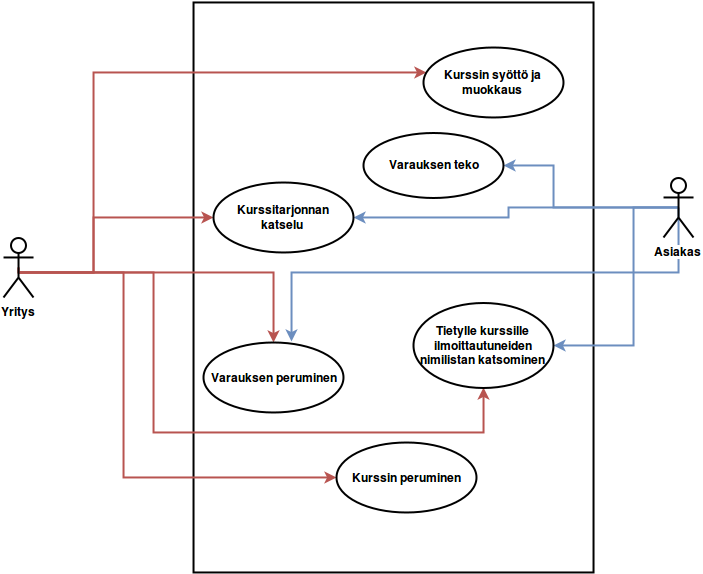
This is doc/Kayttotapauskaavio.png from laukkuryssa/Tsoha-Bootstrap, a draw.io export, as it was before one commit. Source tidied: cells renumbered, new cells last; positions are measured from the earlier drawing's top-left corner, leaving out a move shared by most shapes.
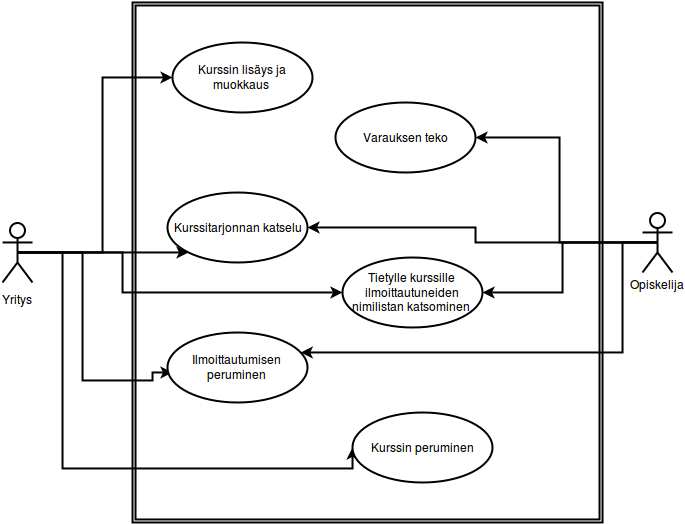
The same file after the commit.

Change to the diagram source:
```diff
@@ -2,100 +2,85 @@
   <root>
     <mxCell id="0" />
     <mxCell id="1" parent="0" />
-    <mxCell id="2" style="whiteSpace=wrap;html=1;strokeWidth=2;" parent="1" vertex="1">
-      <mxGeometry x="190" width="400" height="570" as="geometry" />
-    </mxCell>
-    <mxCell id="3" style="edgeStyle=orthogonalEdgeStyle;rounded=0;html=1;exitX=0.5;exitY=0.5;exitPerimeter=0;entryX=0.629;entryY=-0.014;entryPerimeter=0;jettySize=auto;plain-blue;strokeWidth=2;" parent="1" edge="1" source="7" target="15">
-      <mxGeometry relative="1" as="geometry">
-        <Array as="points">
-          <mxPoint x="675" y="270" />
-          <mxPoint x="288" y="270" />
-        </Array>
-      </mxGeometry>
-    </mxCell>
+    <mxCell id="20" style="shape=ext;double=1;whiteSpace=wrap;html=1;strokeWidth=2;" parent="1" vertex="1">
+      <mxGeometry x="130" y="-30" width="470" height="520" as="geometry" />
+    </mxCell>
-    <mxCell id="4" style="edgeStyle=orthogonalEdgeStyle;rounded=0;html=1;exitX=0.5;exitY=0.5;exitPerimeter=0;entryX=1;entryY=0.5;jettySize=auto;plain-blue;strokeWidth=2;" parent="1" edge="1" source="7" target="14">
-      <mxGeometry relative="1" as="geometry">
-        <Array as="points">
-          <mxPoint x="630" y="205" />
-          <mxPoint x="630" y="343" />
-        </Array>
-      </mxGeometry>
+    <mxCell id="4" style="edgeStyle=orthogonalEdgeStyle;rounded=0;html=1;exitX=0.5;exitY=0.5;exitPerimeter=0;entryX=1;entryY=0.5;jettySize=auto;strokeWidth=2;" parent="1" edge="1" source="21" target="13">
+      <mxGeometry relative="1" as="geometry" />
     </mxCell>
+    <mxCell id="9" style="edgeStyle=orthogonalEdgeStyle;rounded=0;html=1;exitX=0.5;exitY=0.5;exitPerimeter=0;jettySize=auto;strokeWidth=2;" parent="1" edge="1" source="21" target="3">
+      <mxGeometry relative="1" as="geometry" />
+    </mxCell>
+    <mxCell id="11" style="edgeStyle=orthogonalEdgeStyle;rounded=0;html=1;exitX=0.5;exitY=0.5;exitPerimeter=0;jettySize=auto;strokeWidth=2;" parent="1" edge="1" source="21" target="28">
+      <mxGeometry relative="1" as="geometry">
+        <Array as="points">
+          <mxPoint x="620" y="210" />
+          <mxPoint x="620" y="320" />
+        </Array>
+      </mxGeometry>
+    </mxCell>
-    <mxCell id="5" style="edgeStyle=orthogonalEdgeStyle;rounded=0;html=1;exitX=0.5;exitY=0.5;exitPerimeter=0;jettySize=auto;plain-blue;strokeWidth=2;" parent="1" edge="1" source="7" target="13">
-      <mxGeometry relative="1" as="geometry">
-        <Array as="points">
-          <mxPoint x="550" y="205" />
-          <mxPoint x="550" y="163" />
-        </Array>
-      </mxGeometry>
+    <mxCell id="5" style="edgeStyle=orthogonalEdgeStyle;rounded=0;html=1;exitX=0.5;exitY=0.5;exitPerimeter=0;jettySize=auto;strokeWidth=2;" parent="1" edge="1" source="21" target="8">
+      <mxGeometry relative="1" as="geometry" />
     </mxCell>
-    <mxCell id="6" style="edgeStyle=orthogonalEdgeStyle;rounded=0;html=1;exitX=0.5;exitY=0.5;exitPerimeter=0;jettySize=auto;strokeWidth=2;plain-blue;" parent="1" edge="1" source="7" target="19">
-      <mxGeometry relative="1" as="geometry" />
-    </mxCell>
-    <mxCell id="7" value="&lt;b&gt;Asiakas&lt;/b&gt;" style="shape=umlActor;verticalLabelPosition=bottom;labelBackgroundColor=#ffffff;verticalAlign=top;html=1;strokeWidth=2;" parent="1" vertex="1">
-      <mxGeometry x="660" y="175" width="30" height="60" as="geometry" />
-    </mxCell>
-    <mxCell id="8" style="edgeStyle=orthogonalEdgeStyle;rounded=0;html=1;exitX=0.5;exitY=0.5;exitPerimeter=0;jettySize=auto;plain-red;strokeWidth=2;" parent="1" edge="1" target="15">
-      <mxGeometry relative="1" as="geometry">
-        <mxPoint x="15" y="270" as="sourcePoint" />
-      </mxGeometry>
-    </mxCell>
-    <mxCell id="9" style="edgeStyle=orthogonalEdgeStyle;rounded=0;html=1;exitX=0.5;exitY=0.5;exitPerimeter=0;entryX=0;entryY=0.5;jettySize=auto;plain-red;strokeWidth=2;" parent="1" edge="1" target="16">
-      <mxGeometry relative="1" as="geometry">
-        <mxPoint x="15" y="270" as="sourcePoint" />
-        <Array as="points">
-          <mxPoint x="120" y="270" />
-          <mxPoint x="120" y="475" />
-        </Array>
-      </mxGeometry>
-    </mxCell>
-    <mxCell id="10" style="edgeStyle=orthogonalEdgeStyle;rounded=0;html=1;exitX=0.5;exitY=0.5;exitPerimeter=0;jettySize=auto;plain-red;strokeWidth=2;" parent="1" edge="1" source="18" target="14">
-      <mxGeometry relative="1" as="geometry">
-        <Array as="points">
-          <mxPoint x="150" y="270" />
-          <mxPoint x="150" y="430" />
-          <mxPoint x="480" y="430" />
-        </Array>
-      </mxGeometry>
-    </mxCell>
-    <mxCell id="11" style="edgeStyle=orthogonalEdgeStyle;rounded=0;html=1;exitX=0.5;exitY=0.5;exitPerimeter=0;jettySize=auto;plain-red;strokeWidth=2;" parent="1" edge="1" target="12">
-      <mxGeometry relative="1" as="geometry">
-        <mxPoint x="15" y="270" as="sourcePoint" />
-        <Array as="points">
-          <mxPoint x="90" y="270" />
-          <mxPoint x="90" y="70" />
-        </Array>
-      </mxGeometry>
-    </mxCell>
-    <mxCell id="12" value="&lt;b&gt;Kurssin syöttö ja muokkaus&lt;br&gt;&lt;/b&gt;" style="ellipse;whiteSpace=wrap;html=1;strokeWidth=2;" parent="1" vertex="1">
-      <mxGeometry x="420" y="45" width="140" height="70" as="geometry" />
-    </mxCell>
-    <mxCell id="13" value="&lt;b&gt;Varauksen teko&lt;/b&gt;&lt;br&gt;" style="ellipse;whiteSpace=wrap;html=1;strokeWidth=2;" parent="1" vertex="1">
-      <mxGeometry x="360" y="130" width="140" height="65" as="geometry" />
-    </mxCell>
-    <mxCell id="14" value="&lt;b&gt;Tietylle kurssille ilmoittautuneiden nimilistan katsominen&lt;br&gt;&lt;/b&gt;" style="ellipse;whiteSpace=wrap;html=1;strokeWidth=2;" parent="1" vertex="1">
-      <mxGeometry x="410" y="300" width="140" height="85" as="geometry" />
-    </mxCell>
+    <mxCell id="21" value="Opiskelija" style="shape=umlActor;verticalLabelPosition=bottom;labelBackgroundColor=#ffffff;verticalAlign=top;html=1;strokeWidth=2;" parent="1" vertex="1">
+      <mxGeometry x="640" y="180" width="30" height="60" as="geometry" />
+    </mxCell>
+    <mxCell id="22" style="edgeStyle=orthogonalEdgeStyle;rounded=0;html=1;exitX=0.5;exitY=0.5;exitPerimeter=0;entryX=0;entryY=0.5;jettySize=auto;strokeWidth=2;" parent="1" edge="1" source="15" target="16">
+      <mxGeometry relative="1" as="geometry" />
+    </mxCell>
+    <mxCell id="18" style="edgeStyle=orthogonalEdgeStyle;rounded=0;html=1;exitX=0.5;exitY=0.5;exitPerimeter=0;entryX=0;entryY=1;jettySize=auto;strokeWidth=2;" parent="1" edge="1" source="15" target="3">
+      <mxGeometry relative="1" as="geometry" />
+    </mxCell>
+    <mxCell id="23" style="edgeStyle=orthogonalEdgeStyle;rounded=0;html=1;exitX=0.5;exitY=0.5;exitPerimeter=0;jettySize=auto;strokeWidth=2;" parent="1" edge="1" source="15" target="8">
+      <mxGeometry relative="1" as="geometry">
+        <Array as="points">
+          <mxPoint x="120" y="220" />
+          <mxPoint x="120" y="260" />
+        </Array>
+      </mxGeometry>
+    </mxCell>
+    <mxCell id="24" style="edgeStyle=orthogonalEdgeStyle;rounded=0;html=1;exitX=0.5;exitY=0.5;exitPerimeter=0;jettySize=auto;strokeWidth=2;entryX=0.036;entryY=0.571;entryPerimeter=0;" parent="1" edge="1" source="15" target="28">
+      <mxGeometry relative="1" as="geometry">
+        <Array as="points">
+          <mxPoint x="80" y="220" />
+          <mxPoint x="80" y="348" />
+          <mxPoint x="150" y="348" />
+          <mxPoint x="150" y="340" />
+        </Array>
+      </mxGeometry>
+    </mxCell>
+    <mxCell id="25" style="edgeStyle=orthogonalEdgeStyle;rounded=0;html=1;exitX=0.5;exitY=0.5;exitPerimeter=0;jettySize=auto;strokeWidth=2;entryX=0;entryY=0.5;" parent="1" edge="1" source="15" target="27">
+      <mxGeometry relative="1" as="geometry">
+        <Array as="points">
+          <mxPoint x="60" y="220" />
+          <mxPoint x="60" y="436" />
+          <mxPoint x="350" y="436" />
+        </Array>
+      </mxGeometry>
+    </mxCell>
-    <mxCell id="15" value="&lt;b&gt;Varauksen peruminen&lt;br&gt;&lt;/b&gt;" style="ellipse;whiteSpace=wrap;html=1;strokeWidth=2;" parent="1" vertex="1">
-      <mxGeometry x="200" y="340" width="140" height="70" as="geometry" />
+    <mxCell id="15" style="shape=umlActor;verticalLabelPosition=bottom;labelBackgroundColor=#ffffff;verticalAlign=top;html=1;strokeWidth=2;" parent="1" vertex="1">
+      <mxGeometry y="190" width="30" height="60" as="geometry" />
     </mxCell>
-    <mxCell id="16" value="&lt;b&gt;Kurssin peruminen&lt;br&gt;&lt;/b&gt;" style="ellipse;whiteSpace=wrap;html=1;strokeWidth=2;" parent="1" vertex="1">
-      <mxGeometry x="333" y="440" width="140" height="70" as="geometry" />
+    <mxCell id="16" value="Kurssin lisäys ja muokkaus&lt;br&gt;" style="ellipse;whiteSpace=wrap;html=1;strokeWidth=2;" parent="1" vertex="1">
+      <mxGeometry x="170" y="10" width="140" height="70" as="geometry" />
     </mxCell>
-    <mxCell id="17" style="edgeStyle=orthogonalEdgeStyle;rounded=0;html=1;exitX=0.5;exitY=0.5;exitPerimeter=0;entryX=0;entryY=0.5;jettySize=auto;strokeWidth=2;plain-red;" parent="1" edge="1" source="18" target="19">
-      <mxGeometry relative="1" as="geometry">
-        <Array as="points">
-          <mxPoint x="15" y="270" />
-          <mxPoint x="90" y="270" />
-          <mxPoint x="90" y="215" />
-        </Array>
-      </mxGeometry>
-    </mxCell>
-    <mxCell id="18" value="&lt;b&gt;Yritys&lt;/b&gt;" style="shape=umlActor;verticalLabelPosition=bottom;labelBackgroundColor=#ffffff;verticalAlign=top;html=1;strokeWidth=2;" parent="1" vertex="1">
-      <mxGeometry y="235" width="30" height="60" as="geometry" />
-    </mxCell>
-    <mxCell id="19" value="&lt;b&gt;Kurssitarjonnan katselu&lt;/b&gt;&lt;br&gt;" style="ellipse;whiteSpace=wrap;html=1;strokeWidth=2;" parent="1" vertex="1">
-      <mxGeometry x="210" y="180" width="140" height="70" as="geometry" />
-    </mxCell>
+    <mxCell id="26" value="Yritys" style="text;html=1;align=left;verticalAlign=top;spacingTop=-4;" parent="1" vertex="1">
+      <mxGeometry y="260" width="50" height="20" as="geometry" />
+    </mxCell>
+    <mxCell id="13" value="Varauksen teko&lt;br&gt;" style="ellipse;whiteSpace=wrap;html=1;strokeWidth=2;" parent="1" vertex="1">
+      <mxGeometry x="333" y="70" width="140" height="70" as="geometry" />
+    </mxCell>
+    <mxCell id="27" value="Kurssin peruminen&lt;br&gt;" style="ellipse;whiteSpace=wrap;html=1;strokeWidth=2;" parent="1" vertex="1">
+      <mxGeometry x="350" y="380" width="140" height="70" as="geometry" />
+    </mxCell>
+    <mxCell id="28" value="Ilmoittautumisen peruminen&lt;br&gt;" style="ellipse;whiteSpace=wrap;html=1;strokeWidth=2;" parent="1" vertex="1">
+      <mxGeometry x="165" y="300" width="140" height="70" as="geometry" />
+    </mxCell>
+    <mxCell id="8" value="Tietylle kurssille ilmoittautuneiden nimilistan katsominen&lt;br&gt;" style="ellipse;whiteSpace=wrap;html=1;strokeWidth=2;" parent="1" vertex="1">
+      <mxGeometry x="340" y="225" width="140" height="70" as="geometry" />
+    </mxCell>
+    <mxCell id="3" value="Kurssitarjonnan katselu&lt;br&gt;" style="ellipse;whiteSpace=wrap;html=1;strokeWidth=2;" parent="1" vertex="1">
+      <mxGeometry x="165" y="160" width="140" height="70" as="geometry" />
+    </mxCell>
   </root>
 </mxGraphModel>
```
